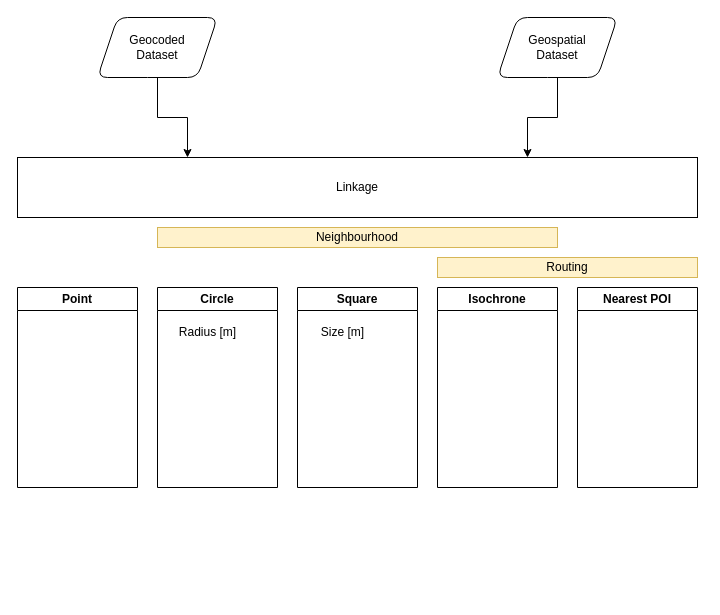
Above: sora/graphic_linking_job_linking_types_parameter.drawio in traveller195/draw_io (draw.io), before the change. Source tidied: cells renumbered, new cells numbered last; positions are measured from the earlier drawing's top-left corner, leaving out a move shared by most shapes. Both pictures are drawn from the tidied source at 100%, with x=0, y=0 at pixel (17, 17).
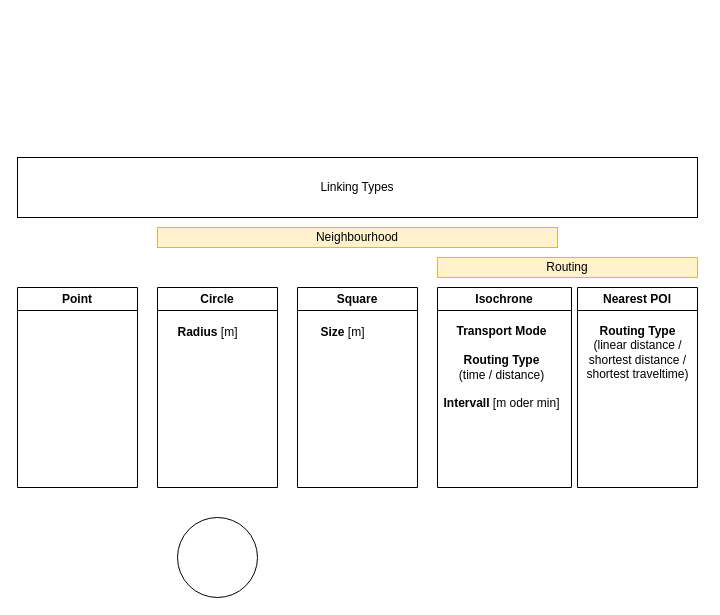
The same page after the edit.

The edit, as a diff of the source:
```diff
@@
 <mxGraphModel>
   <root>
     <mxCell id="0" />
     <mxCell id="1" parent="0" />
-    <mxCell id="2" style="edgeStyle=orthogonalEdgeStyle;rounded=0;jettySize=auto;html=1;exitX=0.5;exitY=1;exitDx=0;exitDy=0;entryX=0.25;entryY=0;entryDx=0;entryDy=0;" parent="1" edge="1" source="3" target="6">
-      <mxGeometry relative="1" as="geometry" />
-    </mxCell>
-    <mxCell id="3" value="Geocoded&lt;br&gt;Dataset" style="shape=parallelogram;perimeter=parallelogramPerimeter;whiteSpace=wrap;html=1;fixedSize=1;rounded=1;" parent="1" vertex="1">
-      <mxGeometry x="80" width="120" height="60" as="geometry" />
-    </mxCell>
-    <mxCell id="4" style="edgeStyle=orthogonalEdgeStyle;rounded=0;jettySize=auto;html=1;exitX=0.5;exitY=1;exitDx=0;exitDy=0;entryX=0.75;entryY=0;entryDx=0;entryDy=0;" parent="1" edge="1" source="5" target="6">
-      <mxGeometry relative="1" as="geometry" />
-    </mxCell>
-    <mxCell id="5" value="Geospatial&lt;br&gt;Dataset" style="shape=parallelogram;perimeter=parallelogramPerimeter;whiteSpace=wrap;html=1;fixedSize=1;rounded=1;" parent="1" vertex="1">
-      <mxGeometry x="480" width="120" height="60" as="geometry" />
-    </mxCell>
-    <mxCell id="6" value="Linkage" style="rounded=0;whiteSpace=wrap;html=1;" parent="1" vertex="1">
+    <mxCell id="6" value="Linking Types" style="rounded=0;whiteSpace=wrap;html=1;" parent="1" vertex="1">
       <mxGeometry y="140" width="680" height="60" as="geometry" />
     </mxCell>
     <mxCell id="7" value="Circle" style="swimlane;whiteSpace=wrap;html=1;" parent="1" vertex="1">
       <mxGeometry x="140" y="270" width="120" height="200" as="geometry" />
     </mxCell>
-    <mxCell id="8" value="Radius [m]" style="text;html=1;align=center;verticalAlign=middle;strokeColor=none;fillColor=none;" parent="7" vertex="1">
+    <mxCell id="8" value="&lt;b&gt;Radius &lt;/b&gt;[m]" style="text;html=1;align=center;verticalAlign=middle;strokeColor=none;fillColor=none;" parent="7" vertex="1">
       <mxGeometry x="10" y="30" width="80" height="30" as="geometry" />
     </mxCell>
     <mxCell id="9" value="Point" style="swimlane;whiteSpace=wrap;html=1;" parent="1" vertex="1">
       <mxGeometry y="270" width="120" height="200" as="geometry" />
     </mxCell>
     <mxCell id="10" value="Square" style="swimlane;whiteSpace=wrap;html=1;" parent="1" vertex="1">
       <mxGeometry x="280" y="270" width="120" height="200" as="geometry" />
     </mxCell>
-    <mxCell id="11" value="Size [m]" style="text;html=1;align=center;verticalAlign=middle;strokeColor=none;fillColor=none;" parent="10" vertex="1">
+    <mxCell id="11" value="&lt;b&gt;Size &lt;/b&gt;[m]" style="text;html=1;align=center;verticalAlign=middle;strokeColor=none;fillColor=none;" parent="10" vertex="1">
       <mxGeometry x="10" y="30" width="70" height="30" as="geometry" />
     </mxCell>
     <mxCell id="12" value="Isochrone" style="swimlane;whiteSpace=wrap;html=1;startSize=23;" parent="1" vertex="1">
-      <mxGeometry x="420" y="270" width="120" height="200" as="geometry" />
+      <mxGeometry x="420" y="270" width="134" height="200" as="geometry" />
     </mxCell>
+    <mxCell id="16" value="&lt;div&gt;&lt;b&gt;Transport Mode&lt;/b&gt;&lt;/div&gt;&lt;div&gt;&lt;br&gt;&lt;/div&gt;&lt;div&gt;&lt;b&gt;Routing Type&lt;/b&gt;&lt;/div&gt;&lt;div&gt;(time / distance)&lt;/div&gt;&lt;div&gt;&lt;br&gt;&lt;/div&gt;&lt;div&gt;&lt;b&gt;Intervall &lt;/b&gt;[m oder min]&lt;br&gt;&lt;/div&gt;" style="text;html=1;align=center;verticalAlign=middle;strokeColor=none;fillColor=none;" parent="12" vertex="1">
+      <mxGeometry x="-6" y="30" width="140" height="100" as="geometry" />
+    </mxCell>
     <mxCell id="13" value="Nearest POI" style="swimlane;whiteSpace=wrap;html=1;" parent="1" vertex="1">
       <mxGeometry x="560" y="270" width="120" height="200" as="geometry" />
     </mxCell>
+    <mxCell id="17" value="&lt;div&gt;&lt;b&gt;Routing Type&lt;/b&gt;&lt;/div&gt;&lt;div&gt;(linear distance /&lt;/div&gt;&lt;div&gt;shortest distance /&lt;/div&gt;&lt;div&gt;shortest traveltime)&lt;br&gt;&lt;/div&gt;" style="text;html=1;align=center;verticalAlign=middle;strokeColor=none;fillColor=none;" parent="13" vertex="1">
+      <mxGeometry x="-5" y="30" width="130" height="70" as="geometry" />
+    </mxCell>
     <mxCell id="14" value="Neighbourhood" style="rounded=0;whiteSpace=wrap;html=1;fillColor=#fff2cc;strokeColor=#d6b656;" parent="1" vertex="1">
       <mxGeometry x="140" y="210" width="400" height="20" as="geometry" />
     </mxCell>
     <mxCell id="15" value="Routing" style="rounded=0;whiteSpace=wrap;html=1;fillColor=#fff2cc;strokeColor=#d6b656;" parent="1" vertex="1">
       <mxGeometry x="420" y="240" width="260" height="20" as="geometry" />
     </mxCell>
+    <mxCell id="18" style="ellipse;whiteSpace=wrap;html=1;" parent="1" vertex="1">
+      <mxGeometry x="160" y="500" width="80" height="80" as="geometry" />
+    </mxCell>
   </root>
 </mxGraphModel>
```
